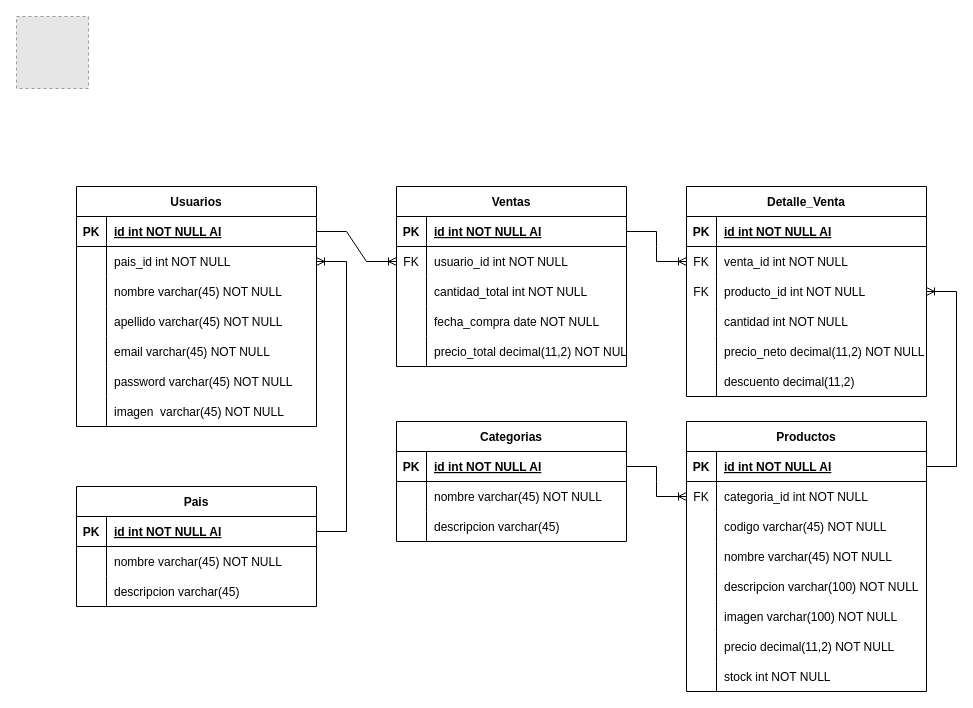
This is database/Grupo_3_HappyeShop.drawio from DHgrupo3/grupo_3_happyeshop, a draw.io file, before an edit. Source tidied: cells renumbered, new cells numbered last; positions are measured from the earlier drawing's top-left corner, leaving out a move shared by most shapes. Both pictures are drawn from the tidied source at 100%, with x=0, y=0 at pixel (16, 16). Pictures stored in the file or linked from it are replaced by grey dashed boxes.
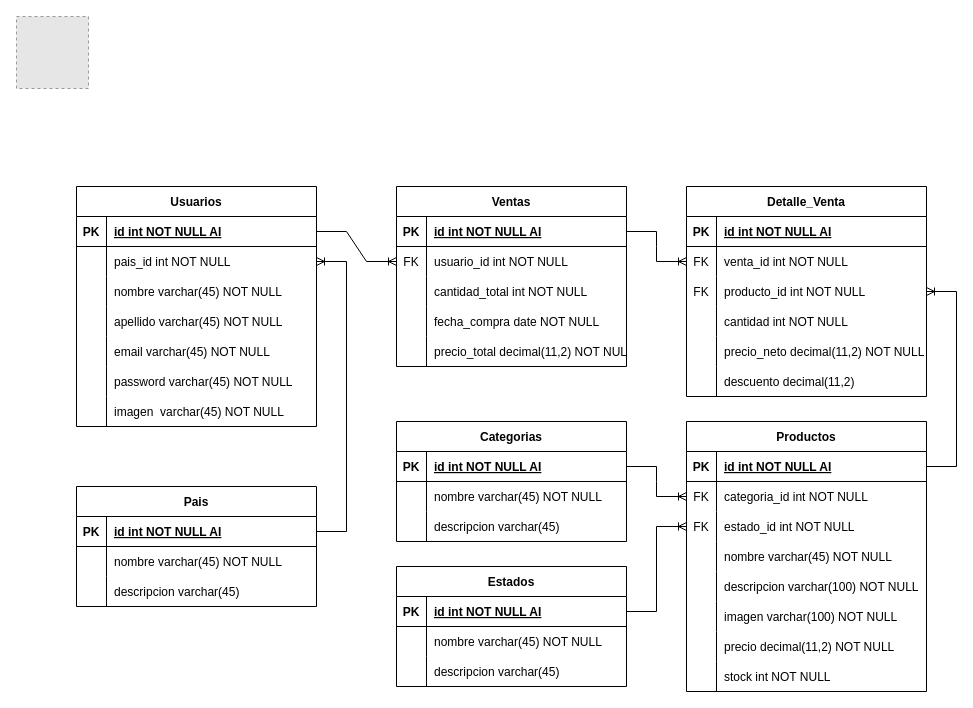
The same diagram, later.

The change refers to these unchanged cells:
```xml
<mxCell id="31" style="shape=tableRow;horizontal=0;startSize=0;swimlaneHead=0;swimlaneBody=0;fillColor=none;points=[[0,0.5],[1,0.5]];portConstraint=eastwest;top=0;left=0;right=0;bottom=0;" parent="24" vertex="1">
  <mxGeometry y="90" width="240" height="30" as="geometry" />
</mxCell>
```

What changed in the source:
```diff
@@
-    <mxCell id="32" style="shape=partialRectangle;fillColor=none;top=0;left=0;bottom=0;right=0;overflow=hidden;" parent="31" vertex="1">
+    <mxCell id="32" value="FK" style="shape=partialRectangle;fillColor=none;top=0;left=0;bottom=0;right=0;overflow=hidden;" parent="31" vertex="1">
       <mxGeometry width="30" height="30" as="geometry" />
     </mxCell>
-    <mxCell id="33" value="codigo varchar(45) NOT NULL" style="shape=partialRectangle;fillColor=none;top=0;left=0;bottom=0;right=0;align=left;spacingLeft=6;overflow=hidden;" parent="31" vertex="1">
+    <mxCell id="33" value="estado_id int NOT NULL" style="shape=partialRectangle;fillColor=none;top=0;left=0;bottom=0;right=0;align=left;spacingLeft=6;overflow=hidden;" parent="31" vertex="1">
       <mxGeometry x="30" width="210" height="30" as="geometry" />
     </mxCell>
@@
+    <mxCell id="110" value="Estados" style="shape=table;startSize=30;childLayout=tableLayout;rowLines=0;fontStyle=1;align=center;" parent="1" vertex="1">
+      <mxGeometry x="380" y="550" width="230" height="120" as="geometry" />
+    </mxCell>
+    <mxCell id="111" style="shape=tableRow;horizontal=0;startSize=0;swimlaneHead=0;swimlaneBody=0;fillColor=none;points=[[0,0.5],[1,0.5]];portConstraint=eastwest;top=0;left=0;right=0;bottom=1;" parent="110" vertex="1">
+      <mxGeometry y="30" width="230" height="30" as="geometry" />
+    </mxCell>
+    <mxCell id="112" value="PK" style="shape=partialRectangle;fillColor=none;top=0;left=0;bottom=0;right=0;fontStyle=1;overflow=hidden;" parent="111" vertex="1">
+      <mxGeometry width="30" height="30" as="geometry" />
+    </mxCell>
+    <mxCell id="113" value="id int NOT NULL AI" style="shape=partialRectangle;fillColor=none;top=0;left=0;bottom=0;right=0;align=left;spacingLeft=6;fontStyle=5;overflow=hidden;" parent="111" vertex="1">
+      <mxGeometry x="30" width="200" height="30" as="geometry" />
+    </mxCell>
+    <mxCell id="114" style="shape=tableRow;horizontal=0;startSize=0;swimlaneHead=0;swimlaneBody=0;fillColor=none;top=0;left=0;right=0;bottom=0;" parent="110" vertex="1">
+      <mxGeometry y="60" width="230" height="30" as="geometry" />
+    </mxCell>
+    <mxCell id="115" style="shape=partialRectangle;fillColor=none;top=0;left=0;bottom=0;right=0;overflow=hidden;" parent="114" vertex="1">
+      <mxGeometry width="30" height="30" as="geometry" />
+    </mxCell>
+    <mxCell id="116" value="nombre varchar(45) NOT NULL" style="shape=partialRectangle;fillColor=none;top=0;left=0;bottom=0;right=0;align=left;spacingLeft=6;overflow=hidden;" parent="114" vertex="1">
+      <mxGeometry x="30" width="200" height="30" as="geometry" />
+    </mxCell>
+    <mxCell id="117" style="shape=tableRow;horizontal=0;startSize=0;swimlaneHead=0;swimlaneBody=0;fillColor=none;top=0;left=0;right=0;bottom=0;" parent="110" vertex="1">
+      <mxGeometry y="90" width="230" height="30" as="geometry" />
+    </mxCell>
+    <mxCell id="118" style="shape=partialRectangle;fillColor=none;top=0;left=0;bottom=0;right=0;overflow=hidden;" parent="117" vertex="1">
+      <mxGeometry width="30" height="30" as="geometry" />
+    </mxCell>
+    <mxCell id="119" value="descripcion varchar(45) " style="shape=partialRectangle;fillColor=none;top=0;left=0;bottom=0;right=0;align=left;spacingLeft=6;overflow=hidden;" parent="117" vertex="1">
+      <mxGeometry x="30" width="200" height="30" as="geometry" />
+    </mxCell>
+    <mxCell id="120" style="edgeStyle=entityRelationEdgeStyle;fontSize=12;html=1;endArrow=ERoneToMany;rounded=0;" parent="1" edge="1" source="111" target="31">
+      <mxGeometry relative="1" as="geometry" />
+    </mxCell>
```
